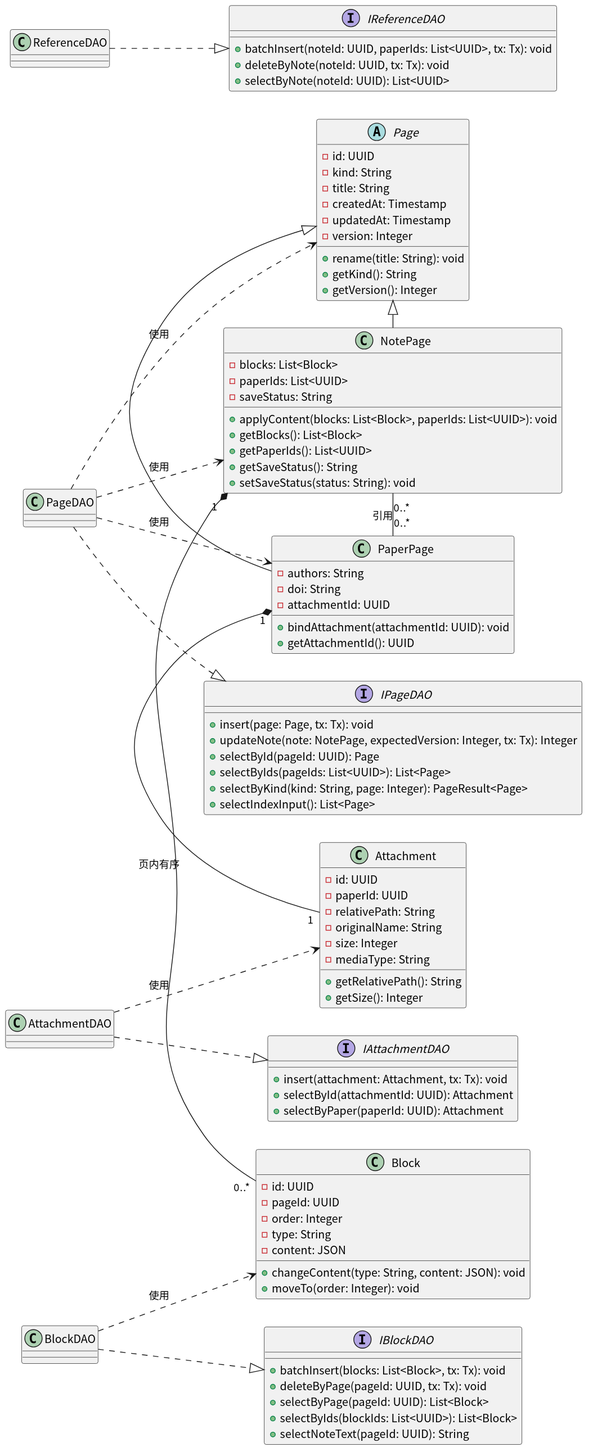
Above: docs/SE_Experiment/design/figures/data-design-2.svg in AlanRosston/labloom (PlantUML), before the change.
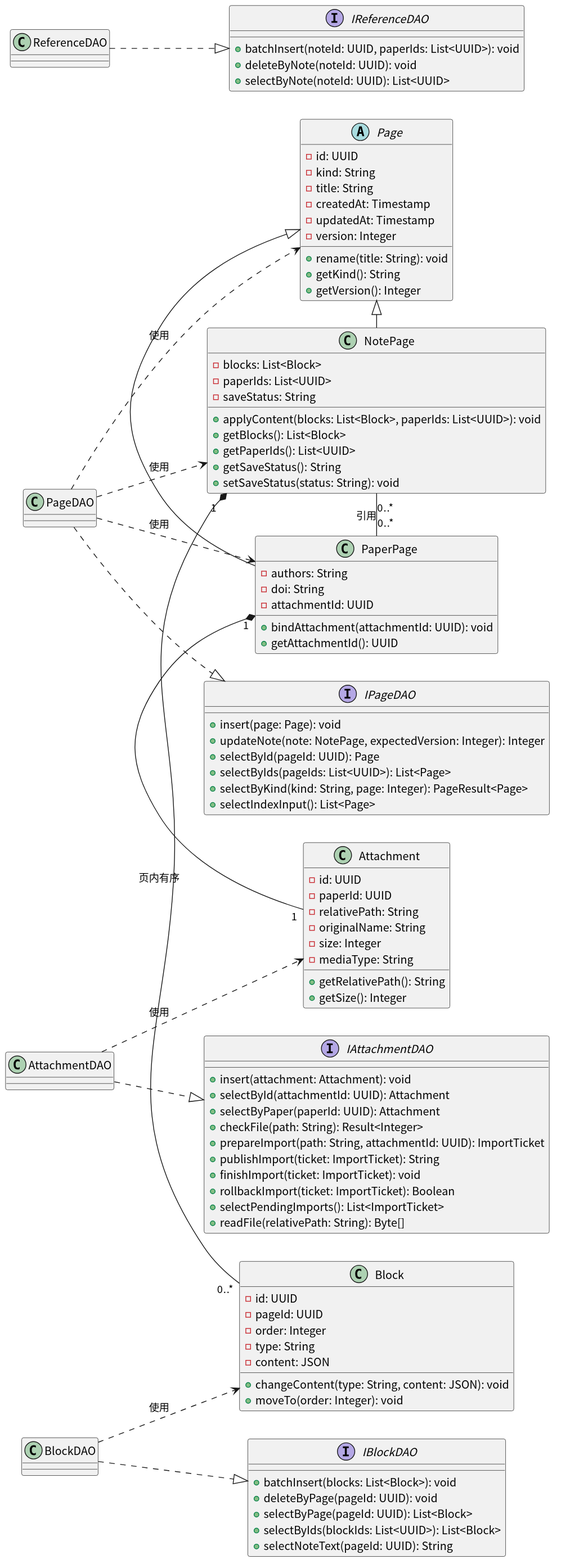
Later version of the same file.

Diff of the diagram source:
```diff
@@ -51,28 +51,35 @@
 }
 
 interface IPageDAO {
-  + insert(page: Page, tx: Tx): void
-  + updateNote(note: NotePage, expectedVersion: Integer, tx: Tx): Integer
+  + insert(page: Page): void
+  + updateNote(note: NotePage, expectedVersion: Integer): Integer
   + selectById(pageId: UUID): Page
   + selectByIds(pageIds: List<UUID>): List<Page>
   + selectByKind(kind: String, page: Integer): PageResult<Page>
   + selectIndexInput(): List<Page>
 }
 interface IBlockDAO {
-  + batchInsert(blocks: List<Block>, tx: Tx): void
-  + deleteByPage(pageId: UUID, tx: Tx): void
+  + batchInsert(blocks: List<Block>): void
+  + deleteByPage(pageId: UUID): void
   + selectByPage(pageId: UUID): List<Block>
   + selectByIds(blockIds: List<UUID>): List<Block>
   + selectNoteText(pageId: UUID): String
 }
 interface IAttachmentDAO {
-  + insert(attachment: Attachment, tx: Tx): void
+  + insert(attachment: Attachment): void
   + selectById(attachmentId: UUID): Attachment
   + selectByPaper(paperId: UUID): Attachment
+  + checkFile(path: String): Result<Integer>
+  + prepareImport(path: String, attachmentId: UUID): ImportTicket
+  + publishImport(ticket: ImportTicket): String
+  + finishImport(ticket: ImportTicket): void
+  + rollbackImport(ticket: ImportTicket): Boolean
+  + selectPendingImports(): List<ImportTicket>
+  + readFile(relativePath: String): Byte[]
 }
 interface IReferenceDAO {
-  + batchInsert(noteId: UUID, paperIds: List<UUID>, tx: Tx): void
-  + deleteByNote(noteId: UUID, tx: Tx): void
+  + batchInsert(noteId: UUID, paperIds: List<UUID>): void
+  + deleteByNote(noteId: UUID): void
   + selectByNote(noteId: UUID): List<UUID>
 }
 
```
